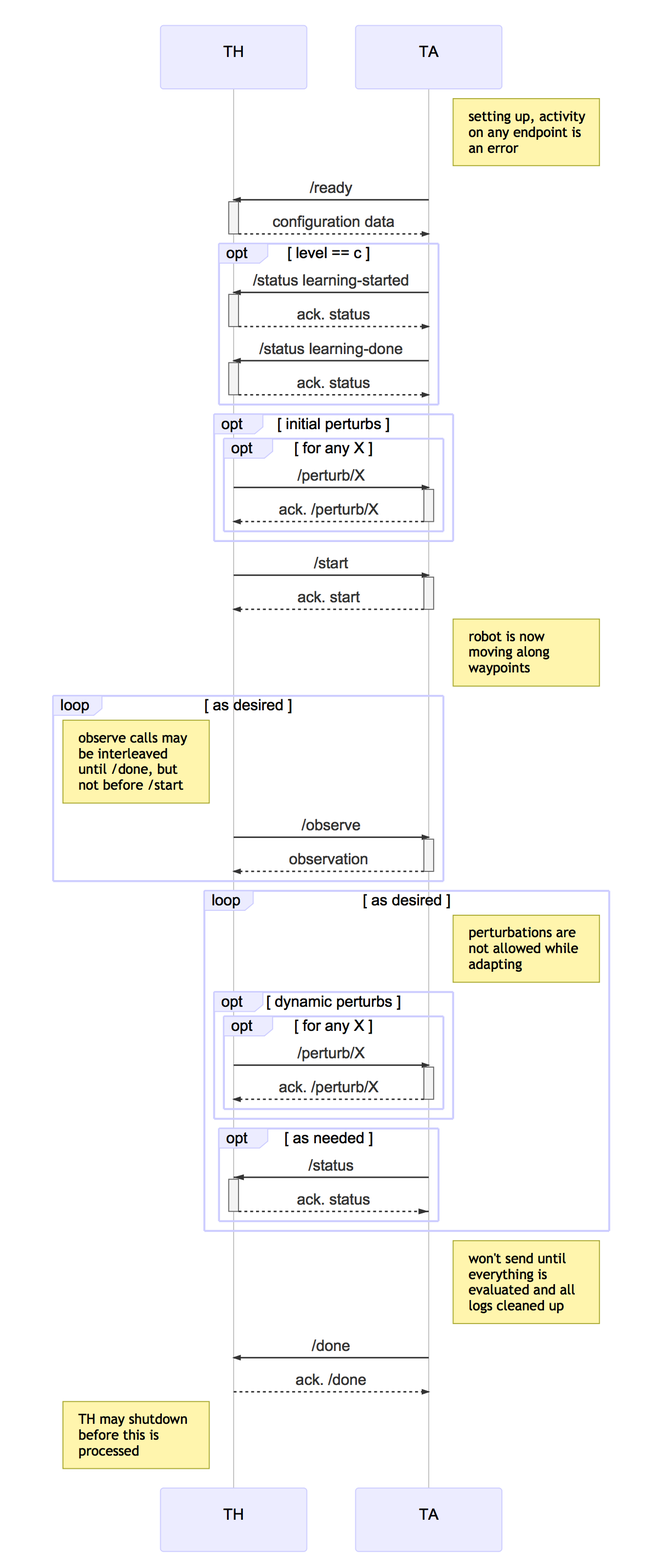
cmu-mars/cmu-robotics keeps this Mermaid diagram as documents/sequences/cp1.mmd.png. Above is the earlier version. Its source is kept beside it as documents/sequences/cp1.mmd.
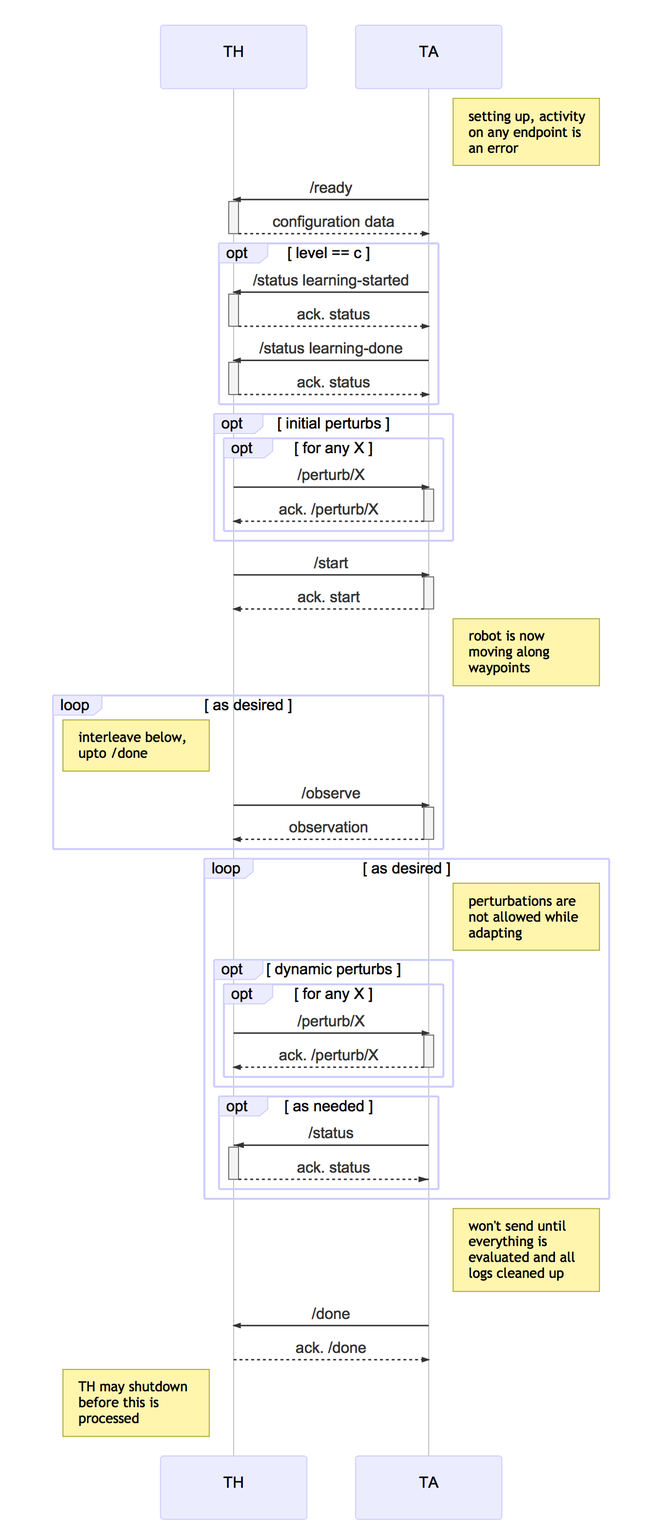
The same diagram one commit later.

Diff of the diagram source:
```diff
@@ -26,7 +26,7 @@
         TA -->>- TH: ack. start
         Note right of TA: robot is now moving along waypoints
 	loop as desired
-	     Note left of TH: observe calls may be interleaved until /done, but not before /start
+	     Note left of TH: interleave below, upto /done
 	     TH ->>+ TA: /observe
 	     TA -->>- TH: observation
 	end
```
